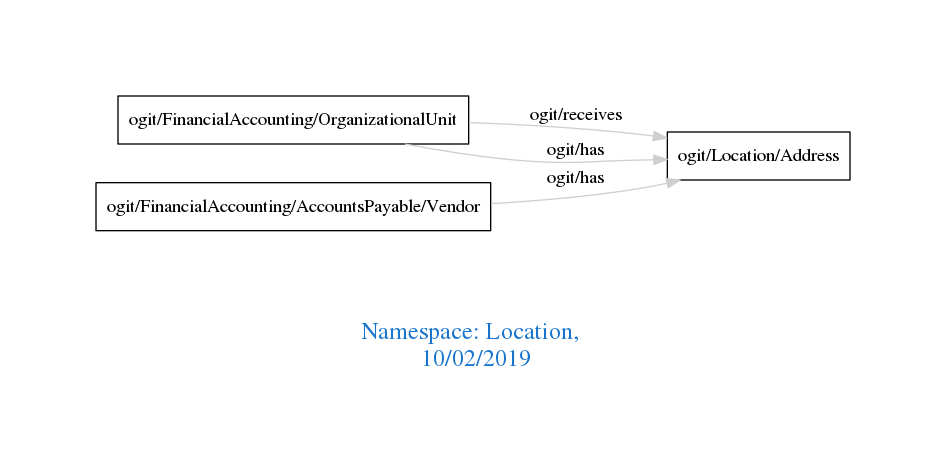
The Graphviz diagram downloads/Location.png in arago/OGIT, before a commit. Its source is kept beside it as downloads/Location.dot.
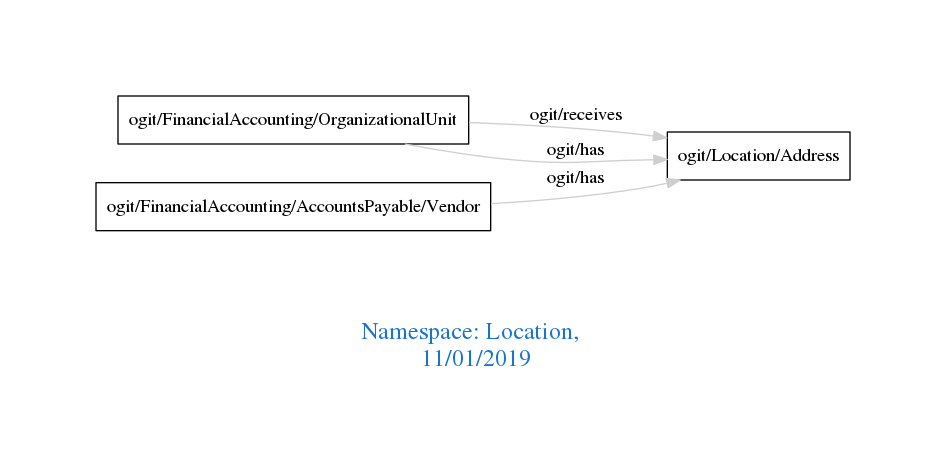
Above is the later version.

The edit, as a diff of the source:
```diff
@@ -1,7 +1,7 @@
 digraph OGIT_ontology {
  graph [ rankdir= LR,pad=1
 fontsize = 18,
-fontcolor= dodgerblue3,label = "\n\n\nNamespace: Location, \n 10/02/2019"];
+fontcolor= dodgerblue3,label = "\n\n\nNamespace: Location, \n 11/01/2019"];
 node[shape=polygon];
 edge [  color="gray81"];
 
```
